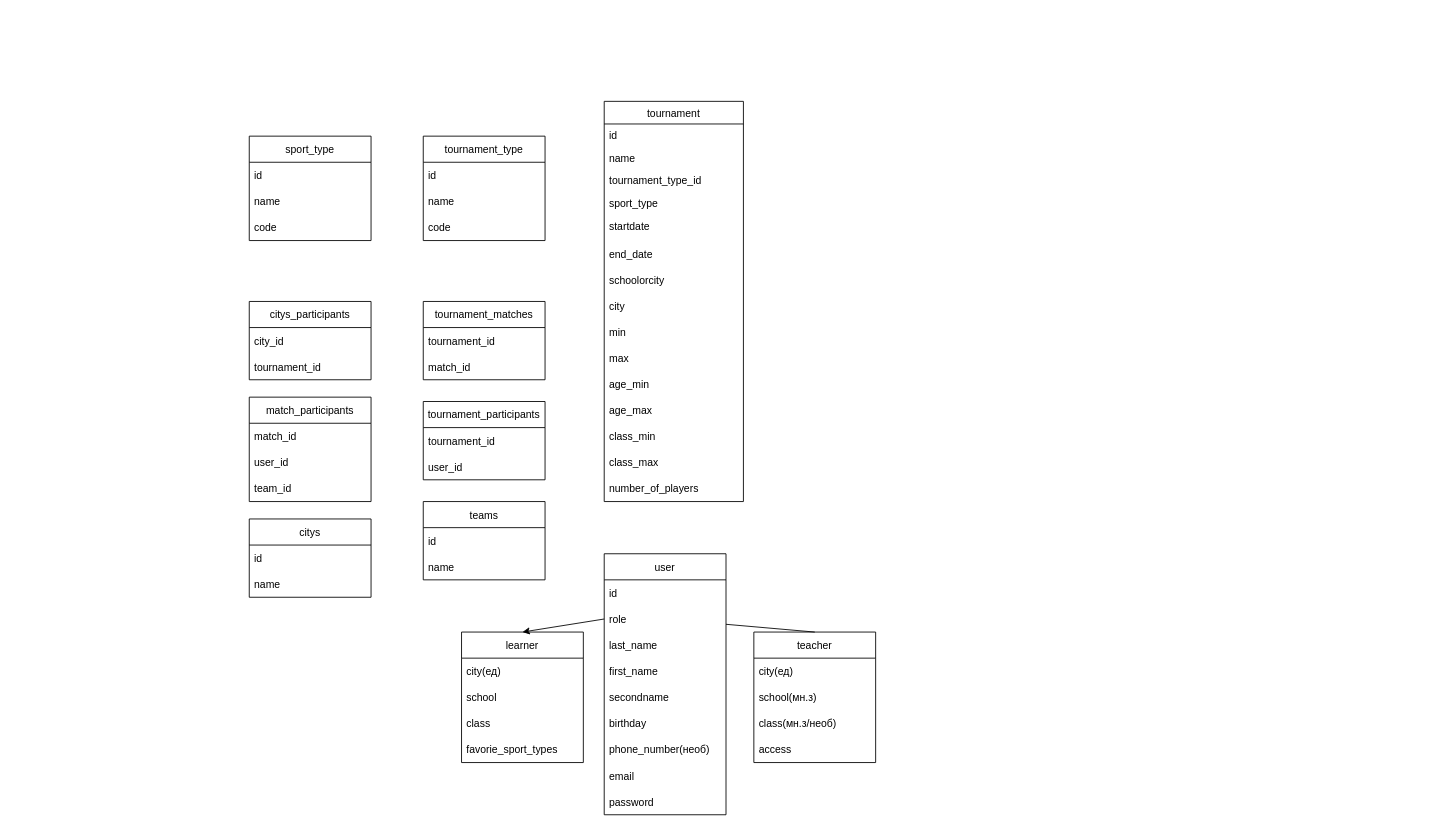
Above: wiki/TournamentsUsers.drawio in SCSummer2022/backend (draw.io), before the change. Source tidied: cells renumbered, new cells numbered last; positions are measured from the earlier drawing's top-left corner, leaving out a move shared by most shapes. Both pictures are drawn from the tidied source at 87%, with x=0, y=0 at pixel (249, 101).
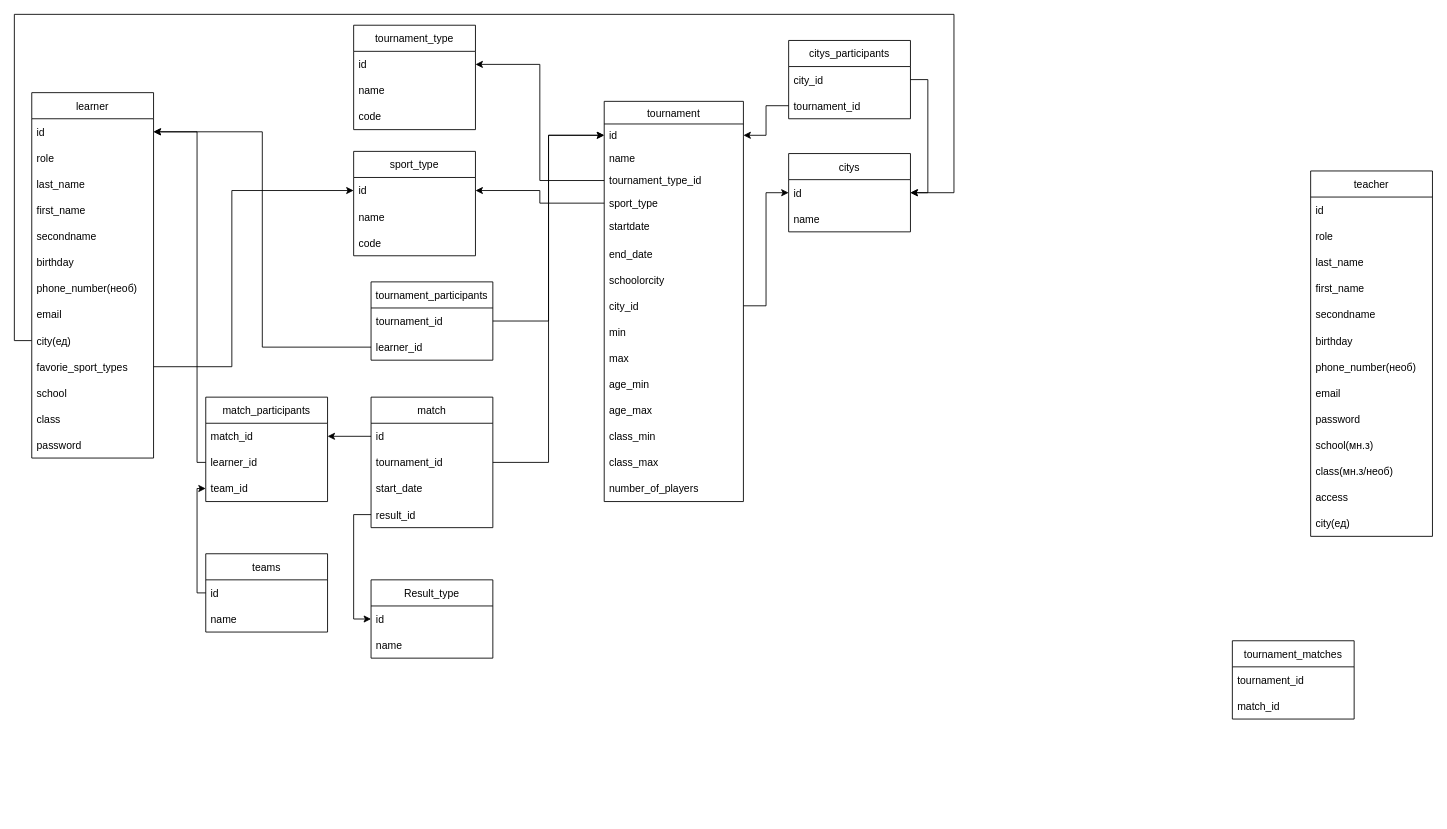
After the change.

Commit message (it also covers changes not shown here):
Изменная схема  таблиц

Unchanged cells that the change refers to:
```xml
<mxCell id="2" value="tournament&#10;" style="swimlane;fontStyle=0;align=center;verticalAlign=top;horizontal=1;startSize=26;rounded=0;shadow=0;strokeWidth=1;" parent="1" vertex="1">
  <mxGeometry x="408" width="160" height="460" as="geometry" />
</mxCell>
<mxCell id="3" value="id&#10;" style="text;align=left;verticalAlign=top;spacingLeft=4;spacingRight=4;overflow=hidden;points=[[0,0.5],[1,0.5]];portConstraint=eastwest;" parent="2" vertex="1">
  <mxGeometry y="26" width="160" height="26" as="geometry" />
</mxCell>
<mxCell id="5" value="tournament_type_id" style="text;align=left;verticalAlign=top;spacingLeft=4;spacingRight=4;overflow=hidden;points=[[0,0.5],[1,0.5]];portConstraint=eastwest;rounded=0;shadow=0;html=0;" parent="2" vertex="1">
  <mxGeometry y="78" width="160" height="26" as="geometry" />
</mxCell>
<mxCell id="6" value="sport_type" style="text;align=left;verticalAlign=top;spacingLeft=4;spacingRight=4;overflow=hidden;points=[[0,0.5],[1,0.5]];portConstraint=eastwest;rounded=0;shadow=0;html=0;" parent="2" vertex="1">
  <mxGeometry y="104" width="160" height="26" as="geometry" />
</mxCell>
<mxCell id="22" value="id" style="text;strokeColor=none;fillColor=none;align=left;verticalAlign=middle;spacingLeft=4;spacingRight=4;overflow=hidden;points=[[0,0.5],[1,0.5]];portConstraint=eastwest;" parent="21" vertex="1">
  <mxGeometry y="30" width="140" height="30" as="geometry" />
</mxCell>
<mxCell id="26" value="id" style="text;strokeColor=none;fillColor=none;align=left;verticalAlign=middle;spacingLeft=4;spacingRight=4;overflow=hidden;points=[[0,0.5],[1,0.5]];portConstraint=eastwest;" parent="25" vertex="1">
  <mxGeometry y="30" width="140" height="30" as="geometry" />
</mxCell>
<mxCell id="30" value="city_id" style="text;strokeColor=none;fillColor=none;align=left;verticalAlign=middle;spacingLeft=4;spacingRight=4;overflow=hidden;points=[[0,0.5],[1,0.5]];portConstraint=eastwest;" parent="29" vertex="1">
  <mxGeometry y="30" width="140" height="30" as="geometry" />
</mxCell>
<mxCell id="31" value="tournament_id" style="text;strokeColor=none;fillColor=none;align=left;verticalAlign=middle;spacingLeft=4;spacingRight=4;overflow=hidden;points=[[0,0.5],[1,0.5]];portConstraint=eastwest;" parent="29" vertex="1">
  <mxGeometry y="60" width="140" height="30" as="geometry" />
</mxCell>
<mxCell id="33" value="tournament_id" style="text;strokeColor=none;fillColor=none;align=left;verticalAlign=middle;spacingLeft=4;spacingRight=4;overflow=hidden;points=[[0,0.5],[1,0.5]];portConstraint=eastwest;" parent="32" vertex="1">
  <mxGeometry y="30" width="140" height="30" as="geometry" />
</mxCell>
<mxCell id="36" value="match_id" style="text;strokeColor=none;fillColor=none;align=left;verticalAlign=middle;spacingLeft=4;spacingRight=4;overflow=hidden;points=[[0,0.5],[1,0.5]];portConstraint=eastwest;" parent="35" vertex="1">
  <mxGeometry y="30" width="140" height="30" as="geometry" />
</mxCell>
<mxCell id="38" value="team_id" style="text;strokeColor=none;fillColor=none;align=left;verticalAlign=middle;spacingLeft=4;spacingRight=4;overflow=hidden;points=[[0,0.5],[1,0.5]];portConstraint=eastwest;" parent="35" vertex="1">
  <mxGeometry y="90" width="140" height="30" as="geometry" />
</mxCell>
<mxCell id="40" value="id" style="text;strokeColor=none;fillColor=none;align=left;verticalAlign=middle;spacingLeft=4;spacingRight=4;overflow=hidden;points=[[0,0.5],[1,0.5]];portConstraint=eastwest;" parent="39" vertex="1">
  <mxGeometry y="30" width="140" height="30" as="geometry" />
</mxCell>
<mxCell id="43" value="id" style="text;strokeColor=none;fillColor=none;align=left;verticalAlign=middle;spacingLeft=4;spacingRight=4;overflow=hidden;points=[[0,0.5],[1,0.5]];portConstraint=eastwest;" parent="42" vertex="1">
  <mxGeometry y="30" width="140" height="30" as="geometry" />
</mxCell>
<mxCell id="46" value="id" style="text;strokeColor=none;fillColor=none;align=left;verticalAlign=middle;spacingLeft=4;spacingRight=4;overflow=hidden;points=[[0,0.5],[1,0.5]];portConstraint=eastwest;" parent="45" vertex="1">
  <mxGeometry y="30" width="140" height="30" as="geometry" />
</mxCell>
<mxCell id="47" value="role" style="text;strokeColor=none;fillColor=none;align=left;verticalAlign=middle;spacingLeft=4;spacingRight=4;overflow=hidden;points=[[0,0.5],[1,0.5]];portConstraint=eastwest;" parent="45" vertex="1">
  <mxGeometry y="60" width="140" height="30" as="geometry" />
</mxCell>
```

The edit, as a diff of the source:
```diff
@@
-    <mxCell id="10" value="city" style="text;strokeColor=none;fillColor=none;align=left;verticalAlign=middle;spacingLeft=4;spacingRight=4;overflow=hidden;points=[[0,0.5],[1,0.5]];portConstraint=eastwest;" parent="2" vertex="1">
+    <mxCell id="10" value="city_id" style="text;strokeColor=none;fillColor=none;align=left;verticalAlign=middle;spacingLeft=4;spacingRight=4;overflow=hidden;points=[[0,0.5],[1,0.5]];portConstraint=eastwest;" parent="2" vertex="1">
       <mxGeometry y="220" width="160" height="30" as="geometry" />
     </mxCell>
@@
     <mxCell id="18" value="tournament_matches" style="swimlane;fontStyle=0;horizontal=1;startSize=30;" parent="1" vertex="1">
-      <mxGeometry x="200" y="230" width="140" height="90" as="geometry" />
+      <mxGeometry x="1130" y="620" width="140" height="90" as="geometry" />
     </mxCell>
@@
     <mxCell id="21" value="tournament_type" style="swimlane;fontStyle=0;horizontal=1;startSize=30;" parent="1" vertex="1">
-      <mxGeometry x="200" y="40" width="140" height="120" as="geometry" />
+      <mxGeometry x="120" y="-87.5" width="140" height="120" as="geometry" />
     </mxCell>
@@
     <mxCell id="25" value="sport_type" style="swimlane;fontStyle=0;horizontal=1;startSize=30;" parent="1" vertex="1">
-      <mxGeometry y="40" width="140" height="120" as="geometry" />
+      <mxGeometry x="120" y="57.5" width="140" height="120" as="geometry" />
     </mxCell>
@@
     <mxCell id="29" value="citys_participants" style="swimlane;fontStyle=0;horizontal=1;startSize=30;" parent="1" vertex="1">
-      <mxGeometry y="230" width="140" height="90" as="geometry" />
+      <mxGeometry x="620" y="-70" width="140" height="90" as="geometry" />
     </mxCell>
@@
     <mxCell id="32" value="tournament_participants" style="swimlane;fontStyle=0;horizontal=1;startSize=30;" parent="1" vertex="1">
-      <mxGeometry x="200" y="345" width="140" height="90" as="geometry" />
+      <mxGeometry x="140" y="207.5" width="140" height="90" as="geometry" />
     </mxCell>
@@
-    <mxCell id="34" value="user_id" style="text;strokeColor=none;fillColor=none;align=left;verticalAlign=middle;spacingLeft=4;spacingRight=4;overflow=hidden;points=[[0,0.5],[1,0.5]];portConstraint=eastwest;" parent="32" vertex="1">
+    <mxCell id="34" value="learner_id" style="text;strokeColor=none;fillColor=none;align=left;verticalAlign=middle;spacingLeft=4;spacingRight=4;overflow=hidden;points=[[0,0.5],[1,0.5]];portConstraint=eastwest;" parent="32" vertex="1">
       <mxGeometry y="60" width="140" height="30" as="geometry" />
     </mxCell>
     <mxCell id="35" value="match_participants" style="swimlane;fontStyle=0;horizontal=1;startSize=30;" parent="1" vertex="1">
-      <mxGeometry y="340" width="140" height="120" as="geometry" />
+      <mxGeometry x="-50" y="340" width="140" height="120" as="geometry" />
     </mxCell>
@@
-    <mxCell id="37" value="user_id" style="text;strokeColor=none;fillColor=none;align=left;verticalAlign=middle;spacingLeft=4;spacingRight=4;overflow=hidden;points=[[0,0.5],[1,0.5]];portConstraint=eastwest;" parent="35" vertex="1">
+    <mxCell id="37" value="learner_id" style="text;strokeColor=none;fillColor=none;align=left;verticalAlign=middle;spacingLeft=4;spacingRight=4;overflow=hidden;points=[[0,0.5],[1,0.5]];portConstraint=eastwest;" parent="35" vertex="1">
       <mxGeometry y="60" width="140" height="30" as="geometry" />
     </mxCell>
@@
     <mxCell id="39" value="teams" style="swimlane;fontStyle=0;horizontal=1;startSize=30;" parent="1" vertex="1">
-      <mxGeometry x="200" y="460" width="140" height="90" as="geometry" />
+      <mxGeometry x="-50" y="520" width="140" height="90" as="geometry" />
     </mxCell>
@@
     <mxCell id="42" value="citys" style="swimlane;fontStyle=0;horizontal=1;startSize=30;" parent="1" vertex="1">
-      <mxGeometry y="480" width="140" height="90" as="geometry" />
+      <mxGeometry x="620" y="60" width="140" height="90" as="geometry" />
     </mxCell>
@@
-    <mxCell id="45" value="user" style="swimlane;fontStyle=0;horizontal=1;startSize=30;" parent="1" vertex="1">
-      <mxGeometry x="408" y="520" width="140" height="300" as="geometry" />
+    <mxCell id="45" value="learner" style="swimlane;fontStyle=0;horizontal=1;startSize=30;" parent="1" vertex="1">
+      <mxGeometry x="-250" y="-10" width="140" height="420" as="geometry" />
     </mxCell>
@@
+    <mxCell id="62" value="city(ед)" style="text;strokeColor=none;fillColor=none;align=left;verticalAlign=middle;spacingLeft=4;spacingRight=4;overflow=hidden;points=[[0,0.5],[1,0.5]];portConstraint=eastwest;" parent="45" vertex="1">
+      <mxGeometry y="270" width="140" height="30" as="geometry" />
+    </mxCell>
+    <mxCell id="65" value="favorie_sport_types" style="text;strokeColor=none;fillColor=none;align=left;verticalAlign=middle;spacingLeft=4;spacingRight=4;overflow=hidden;points=[[0,0.5],[1,0.5]];portConstraint=eastwest;" parent="45" vertex="1">
+      <mxGeometry y="300" width="140" height="30" as="geometry" />
+    </mxCell>
+    <mxCell id="63" value="school" style="text;strokeColor=none;fillColor=none;align=left;verticalAlign=middle;spacingLeft=4;spacingRight=4;overflow=hidden;" parent="45" vertex="1">
+      <mxGeometry y="330" width="140" height="30" as="geometry" />
+    </mxCell>
+    <mxCell id="64" value="class" style="text;strokeColor=none;fillColor=none;align=left;verticalAlign=middle;spacingLeft=4;spacingRight=4;overflow=hidden;" parent="45" vertex="1">
+      <mxGeometry y="360" width="140" height="30" as="geometry" />
+    </mxCell>
     <mxCell id="54" value="password" style="text;strokeColor=none;fillColor=none;align=left;verticalAlign=middle;spacingLeft=4;spacingRight=4;overflow=hidden;" parent="45" vertex="1">
-      <mxGeometry y="270" width="140" height="30" as="geometry" />
+      <mxGeometry y="390" width="140" height="30" as="geometry" />
     </mxCell>
+    <mxCell id="67" style="edgeStyle=orthogonalEdgeStyle;rounded=0;jettySize=auto;html=1;exitX=0;exitY=0.5;exitDx=0;exitDy=0;entryX=1;entryY=0.5;entryDx=0;entryDy=0;" parent="1" edge="1" source="5" target="22">
+      <mxGeometry relative="1" as="geometry" />
+    </mxCell>
+    <mxCell id="68" style="edgeStyle=orthogonalEdgeStyle;rounded=0;jettySize=auto;html=1;exitX=0;exitY=0.5;exitDx=0;exitDy=0;entryX=1;entryY=0.5;entryDx=0;entryDy=0;" parent="1" edge="1" source="6" target="26">
+      <mxGeometry relative="1" as="geometry" />
+    </mxCell>
+    <mxCell id="69" style="edgeStyle=orthogonalEdgeStyle;rounded=0;jettySize=auto;html=1;exitX=1;exitY=0.5;exitDx=0;exitDy=0;entryX=0;entryY=0.5;entryDx=0;entryDy=0;" parent="1" edge="1" source="10" target="43">
+      <mxGeometry relative="1" as="geometry" />
+    </mxCell>
+    <mxCell id="70" style="edgeStyle=orthogonalEdgeStyle;rounded=0;jettySize=auto;html=1;exitX=1;exitY=0.5;exitDx=0;exitDy=0;entryX=1;entryY=0.5;entryDx=0;entryDy=0;" parent="1" edge="1" source="30" target="43">
+      <mxGeometry relative="1" as="geometry" />
+    </mxCell>
+    <mxCell id="71" style="edgeStyle=orthogonalEdgeStyle;rounded=0;jettySize=auto;html=1;exitX=0;exitY=0.5;exitDx=0;exitDy=0;entryX=1;entryY=0.5;entryDx=0;entryDy=0;" parent="1" edge="1" source="31" target="3">
+      <mxGeometry relative="1" as="geometry" />
+    </mxCell>
+    <mxCell id="72" style="edgeStyle=orthogonalEdgeStyle;rounded=0;jettySize=auto;html=1;exitX=1;exitY=0.5;exitDx=0;exitDy=0;entryX=0;entryY=0.5;entryDx=0;entryDy=0;" parent="1" edge="1" source="33" target="3">
+      <mxGeometry relative="1" as="geometry" />
+    </mxCell>
     <mxCell id="55" value="teacher" style="swimlane;fontStyle=0;horizontal=1;startSize=30;" parent="1" vertex="1">
-      <mxGeometry x="580" y="610" width="140" height="150" as="geometry" />
+      <mxGeometry x="1220" y="80" width="140" height="420" as="geometry" />
     </mxCell>
-    <mxCell id="56" value="city(ед)" style="text;strokeColor=none;fillColor=none;align=left;verticalAlign=middle;spacingLeft=4;spacingRight=4;overflow=hidden;" parent="55" vertex="1">
-      <mxGeometry y="30" width="140" height="30" as="geometry" />
-    </mxCell>
+    <mxCell id="73" value="id" style="text;strokeColor=none;fillColor=none;align=left;verticalAlign=middle;spacingLeft=4;spacingRight=4;overflow=hidden;" parent="55" vertex="1">
+      <mxGeometry y="30" width="140" height="30" as="geometry" />
+    </mxCell>
+    <mxCell id="74" value="role" style="text;strokeColor=none;fillColor=none;align=left;verticalAlign=middle;spacingLeft=4;spacingRight=4;overflow=hidden;" parent="55" vertex="1">
+      <mxGeometry y="60" width="140" height="30" as="geometry" />
+    </mxCell>
+    <mxCell id="75" value="last_name" style="text;strokeColor=none;fillColor=none;align=left;verticalAlign=middle;spacingLeft=4;spacingRight=4;overflow=hidden;" parent="55" vertex="1">
+      <mxGeometry y="90" width="140" height="30" as="geometry" />
+    </mxCell>
+    <mxCell id="76" value="first_name" style="text;strokeColor=none;fillColor=none;align=left;verticalAlign=middle;spacingLeft=4;spacingRight=4;overflow=hidden;" parent="55" vertex="1">
+      <mxGeometry y="120" width="140" height="30" as="geometry" />
+    </mxCell>
+    <mxCell id="77" value="secondname" style="text;strokeColor=none;fillColor=none;align=left;verticalAlign=middle;spacingLeft=4;spacingRight=4;overflow=hidden;" parent="55" vertex="1">
+      <mxGeometry y="150" width="140" height="30" as="geometry" />
+    </mxCell>
+    <mxCell id="78" value="birthday" style="text;strokeColor=none;fillColor=none;align=left;verticalAlign=middle;spacingLeft=4;spacingRight=4;overflow=hidden;" parent="55" vertex="1">
+      <mxGeometry y="180" width="140" height="30" as="geometry" />
+    </mxCell>
+    <mxCell id="79" value="phone_number(необ)" style="text;strokeColor=none;fillColor=none;align=left;verticalAlign=middle;spacingLeft=4;spacingRight=4;overflow=hidden;" parent="55" vertex="1">
+      <mxGeometry y="210" width="140" height="30" as="geometry" />
+    </mxCell>
+    <mxCell id="80" value="email" style="text;strokeColor=none;fillColor=none;align=left;verticalAlign=middle;spacingLeft=4;spacingRight=4;overflow=hidden;" parent="55" vertex="1">
+      <mxGeometry y="240" width="140" height="30" as="geometry" />
+    </mxCell>
+    <mxCell id="81" value="password" style="text;strokeColor=none;fillColor=none;align=left;verticalAlign=middle;spacingLeft=4;spacingRight=4;overflow=hidden;" parent="55" vertex="1">
+      <mxGeometry y="270" width="140" height="30" as="geometry" />
+    </mxCell>
     <mxCell id="57" value="school(мн.з)" style="text;strokeColor=none;fillColor=none;align=left;verticalAlign=middle;spacingLeft=4;spacingRight=4;overflow=hidden;" parent="55" vertex="1">
-      <mxGeometry y="60" width="140" height="30" as="geometry" />
+      <mxGeometry y="300" width="140" height="30" as="geometry" />
     </mxCell>
     <mxCell id="58" value="class(мн.з/необ)" style="text;strokeColor=none;fillColor=none;align=left;verticalAlign=middle;spacingLeft=4;spacingRight=4;overflow=hidden;" parent="55" vertex="1">
-      <mxGeometry y="90" width="140" height="30" as="geometry" />
+      <mxGeometry y="330" width="140" height="30" as="geometry" />
     </mxCell>
     <mxCell id="59" value="access" style="text;strokeColor=none;fillColor=none;align=left;verticalAlign=middle;spacingLeft=4;spacingRight=4;overflow=hidden;" parent="55" vertex="1">
-      <mxGeometry y="120" width="140" height="30" as="geometry" />
+      <mxGeometry y="360" width="140" height="30" as="geometry" />
     </mxCell>
-    <mxCell id="60" style="endArrow=none;html=1;rounded=0;entryX=0.5;entryY=0;entryDx=0;entryDy=0;" parent="1" edge="1" source="47" target="55">
-      <mxGeometry relative="1" as="geometry" />
-    </mxCell>
-    <mxCell id="61" value="learner" style="swimlane;fontStyle=0;horizontal=1;startSize=30;" parent="1" vertex="1">
-      <mxGeometry x="244" y="610" width="140" height="150" as="geometry" />
-    </mxCell>
-    <mxCell id="62" value="city(ед)" style="text;strokeColor=none;fillColor=none;align=left;verticalAlign=middle;spacingLeft=4;spacingRight=4;overflow=hidden;points=[[0,0.5],[1,0.5]];portConstraint=eastwest;" parent="61" vertex="1">
-      <mxGeometry y="30" width="140" height="30" as="geometry" />
-    </mxCell>
-    <mxCell id="63" value="school" style="text;strokeColor=none;fillColor=none;align=left;verticalAlign=middle;spacingLeft=4;spacingRight=4;overflow=hidden;" parent="61" vertex="1">
-      <mxGeometry y="60" width="140" height="30" as="geometry" />
-    </mxCell>
-    <mxCell id="64" value="class" style="text;strokeColor=none;fillColor=none;align=left;verticalAlign=middle;spacingLeft=4;spacingRight=4;overflow=hidden;" parent="61" vertex="1">
-      <mxGeometry y="90" width="140" height="30" as="geometry" />
-    </mxCell>
-    <mxCell id="65" value="favorie_sport_types" style="text;strokeColor=none;fillColor=none;align=left;verticalAlign=middle;spacingLeft=4;spacingRight=4;overflow=hidden;points=[[0,0.5],[1,0.5]];portConstraint=eastwest;" parent="61" vertex="1">
-      <mxGeometry y="120" width="140" height="30" as="geometry" />
-    </mxCell>
-    <mxCell id="66" style="rounded=0;jettySize=auto;html=1;exitX=0;exitY=0.5;exitDx=0;exitDy=0;entryX=0.5;entryY=0;entryDx=0;entryDy=0;" parent="1" edge="1" source="47" target="61">
-      <mxGeometry relative="1" as="geometry" />
-    </mxCell>
+    <mxCell id="56" value="city(ед)" style="text;strokeColor=none;fillColor=none;align=left;verticalAlign=middle;spacingLeft=4;spacingRight=4;overflow=hidden;" parent="55" vertex="1">
+      <mxGeometry y="390" width="140" height="30" as="geometry" />
+    </mxCell>
+    <mxCell id="82" style="edgeStyle=orthogonalEdgeStyle;rounded=0;jettySize=auto;html=1;exitX=0;exitY=0.5;exitDx=0;exitDy=0;entryX=1;entryY=0.5;entryDx=0;entryDy=0;" parent="1" edge="1" source="34" target="46">
+      <mxGeometry relative="1" as="geometry" />
+    </mxCell>
+    <mxCell id="83" value="match" style="swimlane;fontStyle=0;horizontal=1;startSize=30;" parent="1" vertex="1">
+      <mxGeometry x="140" y="340" width="140" height="150" as="geometry" />
+    </mxCell>
+    <mxCell id="84" value="id" style="text;strokeColor=none;fillColor=none;align=left;verticalAlign=middle;spacingLeft=4;spacingRight=4;overflow=hidden;points=[[0,0.5],[1,0.5]];portConstraint=eastwest;" parent="83" vertex="1">
+      <mxGeometry y="30" width="140" height="30" as="geometry" />
+    </mxCell>
+    <mxCell id="85" value="tournament_id" style="text;strokeColor=none;fillColor=none;align=left;verticalAlign=middle;spacingLeft=4;spacingRight=4;overflow=hidden;points=[[0,0.5],[1,0.5]];portConstraint=eastwest;" parent="83" vertex="1">
+      <mxGeometry y="60" width="140" height="30" as="geometry" />
+    </mxCell>
+    <mxCell id="86" value="start_date" style="text;strokeColor=none;fillColor=none;align=left;verticalAlign=middle;spacingLeft=4;spacingRight=4;overflow=hidden;" parent="83" vertex="1">
+      <mxGeometry y="90" width="140" height="30" as="geometry" />
+    </mxCell>
+    <mxCell id="87" value="result_id" style="text;strokeColor=none;fillColor=none;align=left;verticalAlign=middle;spacingLeft=4;spacingRight=4;overflow=hidden;points=[[0,0.5],[1,0.5]];portConstraint=eastwest;" parent="83" vertex="1">
+      <mxGeometry y="120" width="140" height="30" as="geometry" />
+    </mxCell>
+    <mxCell id="88" style="edgeStyle=orthogonalEdgeStyle;rounded=0;jettySize=auto;html=1;exitX=1;exitY=0.5;exitDx=0;exitDy=0;entryX=0;entryY=0.5;entryDx=0;entryDy=0;" parent="1" edge="1" source="85" target="3">
+      <mxGeometry relative="1" as="geometry" />
+    </mxCell>
+    <mxCell id="89" style="edgeStyle=orthogonalEdgeStyle;rounded=0;jettySize=auto;html=1;exitX=0;exitY=0.5;exitDx=0;exitDy=0;entryX=1;entryY=0.5;entryDx=0;entryDy=0;" parent="1" edge="1" source="84" target="36">
+      <mxGeometry relative="1" as="geometry" />
+    </mxCell>
+    <mxCell id="90" style="edgeStyle=orthogonalEdgeStyle;rounded=0;jettySize=auto;html=1;exitX=0;exitY=0.5;exitDx=0;exitDy=0;entryX=1;entryY=0.5;entryDx=0;entryDy=0;" parent="1" edge="1" source="37" target="46">
+      <mxGeometry relative="1" as="geometry">
+        <Array as="points">
+          <mxPoint x="-60" y="415" />
+          <mxPoint x="-60" y="35" />
+        </Array>
+      </mxGeometry>
+    </mxCell>
+    <mxCell id="91" style="edgeStyle=orthogonalEdgeStyle;rounded=0;jettySize=auto;html=1;exitX=0;exitY=0.5;exitDx=0;exitDy=0;entryX=0;entryY=0.5;entryDx=0;entryDy=0;" parent="1" edge="1" source="40" target="38">
+      <mxGeometry relative="1" as="geometry">
+        <Array as="points">
+          <mxPoint x="-60" y="565" />
+          <mxPoint x="-60" y="445" />
+        </Array>
+      </mxGeometry>
+    </mxCell>
+    <mxCell id="92" value="Result_type" style="swimlane;fontStyle=0;horizontal=1;startSize=30;" parent="1" vertex="1">
+      <mxGeometry x="140" y="550" width="140" height="90" as="geometry" />
+    </mxCell>
+    <mxCell id="93" value="id" style="text;strokeColor=none;fillColor=none;align=left;verticalAlign=middle;spacingLeft=4;spacingRight=4;overflow=hidden;points=[[0,0.5],[1,0.5]];portConstraint=eastwest;" parent="92" vertex="1">
+      <mxGeometry y="30" width="140" height="30" as="geometry" />
+    </mxCell>
+    <mxCell id="94" value="name" style="text;strokeColor=none;fillColor=none;align=left;verticalAlign=middle;spacingLeft=4;spacingRight=4;overflow=hidden;" parent="92" vertex="1">
+      <mxGeometry y="60" width="140" height="30" as="geometry" />
+    </mxCell>
+    <mxCell id="95" style="edgeStyle=orthogonalEdgeStyle;rounded=0;jettySize=auto;html=1;exitX=0;exitY=0.5;exitDx=0;exitDy=0;entryX=0;entryY=0.5;entryDx=0;entryDy=0;" parent="1" edge="1" source="87" target="93">
+      <mxGeometry relative="1" as="geometry" />
+    </mxCell>
+    <mxCell id="96" style="edgeStyle=orthogonalEdgeStyle;rounded=0;jettySize=auto;html=1;exitX=0;exitY=0.5;exitDx=0;exitDy=0;entryX=1;entryY=0.5;entryDx=0;entryDy=0;" parent="1" edge="1" source="62" target="43">
+      <mxGeometry relative="1" as="geometry">
+        <Array as="points">
+          <mxPoint x="-270" y="275" />
+          <mxPoint x="-270" y="-100" />
+          <mxPoint x="810" y="-100" />
+          <mxPoint x="810" y="105" />
+        </Array>
+      </mxGeometry>
+    </mxCell>
+    <mxCell id="97" style="edgeStyle=orthogonalEdgeStyle;rounded=0;jettySize=auto;html=1;exitX=1;exitY=0.5;exitDx=0;exitDy=0;entryX=0;entryY=0.5;entryDx=0;entryDy=0;" parent="1" edge="1" source="65" target="26">
+      <mxGeometry relative="1" as="geometry">
+        <Array as="points">
+          <mxPoint x="-20" y="305" />
+          <mxPoint x="-20" y="102" />
+        </Array>
+      </mxGeometry>
+    </mxCell>
```
